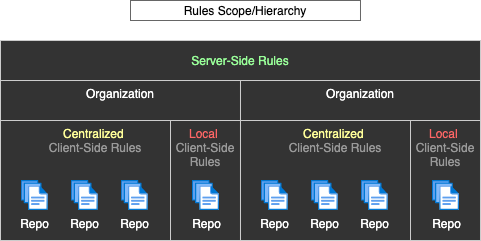
The draw.io diagram docs/images/rules-scope.png in jefeish/github-regulator, before a commit. Source tidied: cells renumbered, new cells last; positions are measured from the earlier drawing's top-left corner, leaving out a move shared by most shapes.
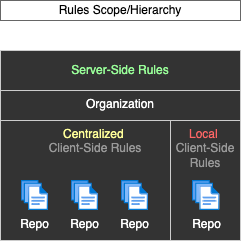
The same file after the commit.

Change to the diagram source:
```diff
@@ -3,10 +3,10 @@
     <mxCell id="0" />
     <mxCell id="1" parent="0" />
     <mxCell id="2" value="&lt;font color=&quot;#99ff99&quot;&gt;Server-Side Rules&lt;/font&gt;" style="rounded=0;whiteSpace=wrap;html=1;fillColor=#333333;fontColor=#FFFFFF;strokeColor=#CCCCCC;" parent="1" vertex="1">
-      <mxGeometry y="40" width="480" height="40" as="geometry" />
+      <mxGeometry y="50" width="240" height="40" as="geometry" />
     </mxCell>
     <mxCell id="3" value="Organization" style="rounded=0;whiteSpace=wrap;html=1;verticalAlign=top;fillColor=#333333;fontColor=#FFFFFF;strokeColor=#CCCCCC;" parent="1" vertex="1">
-      <mxGeometry y="80" width="240" height="160" as="geometry" />
+      <mxGeometry y="90" width="240" height="150" as="geometry" />
     </mxCell>
     <mxCell id="4" value="&lt;font color=&quot;#ffff99&quot;&gt;&lt;font&gt;Centralized &lt;/font&gt;&lt;br&gt;&lt;/font&gt;&lt;font color=&quot;#999999&quot;&gt;Client-Side Rules&lt;/font&gt;" style="rounded=0;whiteSpace=wrap;html=1;verticalAlign=top;fillColor=#333333;fontColor=#FFFFFF;strokeColor=#CCCCCC;align=center;spacingRight=50;" parent="1" vertex="1">
       <mxGeometry y="120" width="240" height="120" as="geometry" />
@@ -21,7 +21,7 @@
       <mxGeometry x="120.6" y="180" width="27.4" height="30" as="geometry" />
     </mxCell>
     <mxCell id="8" value="Rules Scope/Hierarchy" style="text;html=1;fillColor=none;align=center;verticalAlign=middle;whiteSpace=wrap;rounded=0;strokeColor=#666666;" parent="1" vertex="1">
-      <mxGeometry x="130" width="230" height="20" as="geometry" />
+      <mxGeometry width="240" height="20" as="geometry" />
     </mxCell>
     <mxCell id="9" value="&lt;font color=&quot;#ff6666&quot;&gt;Local &lt;/font&gt;&lt;br&gt;&lt;font color=&quot;#999999&quot;&gt;Client-Side Rules&lt;/font&gt;" style="rounded=0;whiteSpace=wrap;html=1;verticalAlign=top;fillColor=#333333;strokeColor=#CCCCCC;" parent="1" vertex="1">
       <mxGeometry x="170" y="120" width="70" height="120" as="geometry" />
@@ -29,26 +29,5 @@
     <mxCell id="10" value="Repo" style="html=1;align=center;image;fontSize=12;image=img/lib/azure2/general/Files.svg;labelBackgroundColor=none;fontColor=#FFFFFF;strokeColor=#CCCCCC;" parent="1" vertex="1">
       <mxGeometry x="191.9" y="180" width="27.4" height="30" as="geometry" />
     </mxCell>
-    <mxCell id="11" value="Organization" style="rounded=0;whiteSpace=wrap;html=1;verticalAlign=top;fillColor=#333333;fontColor=#FFFFFF;strokeColor=#CCCCCC;" parent="1" vertex="1">
-      <mxGeometry x="240" y="80" width="240" height="160" as="geometry" />
-    </mxCell>
-    <mxCell id="12" value="&lt;font color=&quot;#ffff99&quot;&gt;&lt;font&gt;Centralized &lt;/font&gt;&lt;br&gt;&lt;/font&gt;&lt;font color=&quot;#999999&quot;&gt;Client-Side Rules&lt;/font&gt;" style="rounded=0;whiteSpace=wrap;html=1;verticalAlign=top;fillColor=#333333;fontColor=#FFFFFF;strokeColor=#CCCCCC;spacingRight=50;" parent="1" vertex="1">
-      <mxGeometry x="240" y="120" width="240" height="120" as="geometry" />
-    </mxCell>
-    <mxCell id="13" value="Repo" style="html=1;align=center;image;fontSize=12;image=img/lib/azure2/general/Files.svg;labelBackgroundColor=none;fontColor=#FFFFFF;strokeColor=#CCCCCC;" parent="1" vertex="1">
-      <mxGeometry x="260.6" y="180" width="27.4" height="30" as="geometry" />
-    </mxCell>
-    <mxCell id="14" value="Repo" style="html=1;align=center;image;fontSize=12;image=img/lib/azure2/general/Files.svg;labelBackgroundColor=none;fontColor=#FFFFFF;strokeColor=#CCCCCC;" parent="1" vertex="1">
-      <mxGeometry x="310.6" y="180" width="27.4" height="30" as="geometry" />
-    </mxCell>
-    <mxCell id="15" value="Repo" style="html=1;align=center;image;fontSize=12;image=img/lib/azure2/general/Files.svg;labelBackgroundColor=none;fontColor=#FFFFFF;strokeColor=#CCCCCC;" parent="1" vertex="1">
-      <mxGeometry x="360.6" y="180" width="27.4" height="30" as="geometry" />
-    </mxCell>
-    <mxCell id="16" value="&lt;font color=&quot;#ff6666&quot;&gt;Local &lt;/font&gt;&lt;br&gt;&lt;font color=&quot;#999999&quot;&gt;Client-Side Rules&lt;/font&gt;" style="rounded=0;whiteSpace=wrap;html=1;verticalAlign=top;fillColor=#333333;strokeColor=#CCCCCC;" parent="1" vertex="1">
-      <mxGeometry x="410" y="120" width="70" height="120" as="geometry" />
-    </mxCell>
-    <mxCell id="17" value="Repo" style="html=1;align=center;image;fontSize=12;image=img/lib/azure2/general/Files.svg;labelBackgroundColor=none;fontColor=#FFFFFF;strokeColor=#CCCCCC;" parent="1" vertex="1">
-      <mxGeometry x="431.9" y="180" width="27.4" height="30" as="geometry" />
-    </mxCell>
   </root>
 </mxGraphModel>
```
